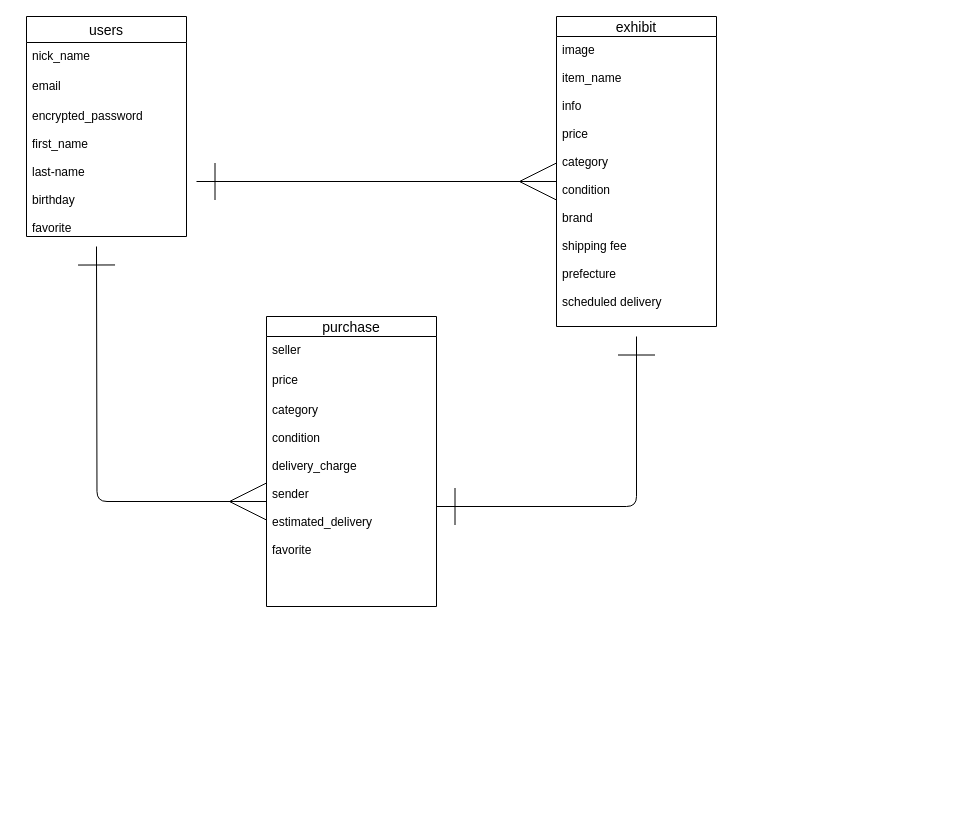
Earlier version of the draw.io diagram test.dio (shiotanishi/furima-39526). Source tidied: cells renumbered, new cells numbered last; positions are measured from the earlier drawing's top-left corner, leaving out a move shared by most shapes. Both pictures are drawn from the tidied source at 100%, with x=0, y=0 at pixel (26, 16).
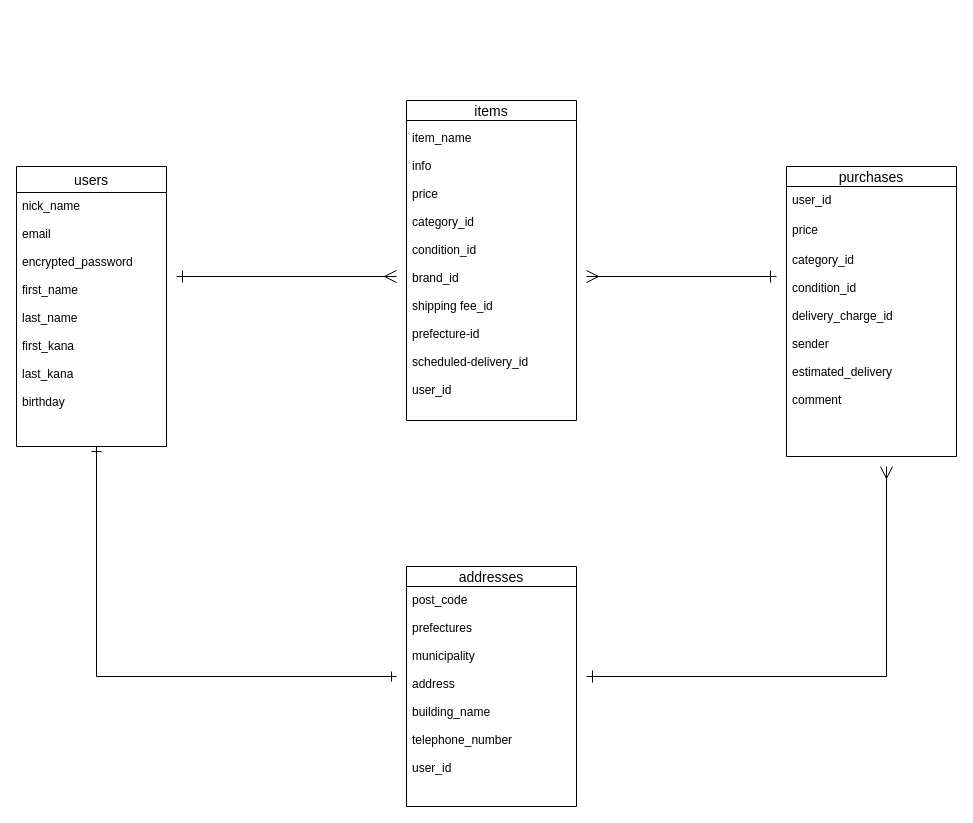
Above is the later version.

The edit, as a diff of the source:
```diff
@@
 <mxGraphModel>
   <root>
     <mxCell id="0" />
     <mxCell id="1" parent="0" />
     <mxCell id="2" value="users" style="swimlane;fontStyle=0;horizontal=1;startSize=26;align=center;fontSize=14;" parent="1" vertex="1">
-      <mxGeometry width="160" height="220" as="geometry" />
+      <mxGeometry x="-10" y="150" width="150" height="280" as="geometry" />
     </mxCell>
-    <mxCell id="3" value="nick_name" style="text;strokeColor=none;fillColor=none;spacingLeft=4;spacingRight=4;overflow=hidden;fontSize=12;" parent="2" vertex="1">
-      <mxGeometry y="26" width="160" height="30" as="geometry" />
+    <mxCell id="3" value="nick_name&#10;&#10;email&#10;&#10;encrypted_password&#10;&#10;first_name&#10;&#10;last_name&#10;&#10;first_kana&#10;&#10;last_kana&#10;&#10;birthday" style="text;strokeColor=none;fillColor=none;spacingLeft=4;spacingRight=4;overflow=hidden;fontSize=12;" parent="2" vertex="1">
+      <mxGeometry y="26" width="150" height="254" as="geometry" />
     </mxCell>
-    <mxCell id="4" value="email" style="text;strokeColor=none;fillColor=none;spacingLeft=4;spacingRight=4;overflow=hidden;fontSize=12;" parent="2" vertex="1">
-      <mxGeometry y="56" width="160" height="30" as="geometry" />
-    </mxCell>
-    <mxCell id="5" value="encrypted_password&#10;&#10;first_name&#10;&#10;last-name&#10;&#10;birthday&#10;&#10;favorite&#10;&#10;&#10;&#10;&#10;" style="text;strokeColor=none;fillColor=none;spacingLeft=4;spacingRight=4;overflow=hidden;fontSize=12;" parent="2" vertex="1">
-      <mxGeometry y="86" width="160" height="134" as="geometry" />
-    </mxCell>
-    <mxCell id="6" value="exhibit" style="swimlane;fontStyle=0;horizontal=1;startSize=20;align=center;fontSize=14;" parent="1" vertex="1">
-      <mxGeometry x="530" width="160" height="310" as="geometry" />
+    <mxCell id="6" value="items" style="swimlane;fontStyle=0;horizontal=1;startSize=20;align=center;fontSize=14;" parent="1" vertex="1">
+      <mxGeometry x="380" y="84" width="170" height="320" as="geometry" />
     </mxCell>
-    <mxCell id="7" value="image&#10;&#10;item_name&#10;&#10;info&#10;&#10;price&#10;&#10;category&#10;&#10;condition&#10;&#10;brand&#10;&#10;shipping fee&#10;&#10;prefecture&#10;&#10;scheduled delivery" style="text;strokeColor=none;fillColor=none;spacingLeft=4;spacingRight=4;overflow=hidden;points=[[0,0.5],[1,0.5]];portConstraint=eastwest;fontSize=12;" parent="6" vertex="1">
-      <mxGeometry y="20" width="160" height="290" as="geometry" />
-    </mxCell>
-    <mxCell id="8" value="purchase" style="swimlane;fontStyle=0;horizontal=1;startSize=20;align=center;fontSize=14;" parent="1" vertex="1">
-      <mxGeometry x="240" y="300" width="170" height="290" as="geometry" />
+    <mxCell id="8" value="purchases" style="swimlane;fontStyle=0;horizontal=1;startSize=20;align=center;fontSize=14;" parent="1" vertex="1">
+      <mxGeometry x="760" y="150" width="170" height="290" as="geometry" />
     </mxCell>
-    <mxCell id="9" value="seller" style="text;strokeColor=none;fillColor=none;spacingLeft=4;spacingRight=4;overflow=hidden;fontSize=12;" parent="8" vertex="1">
+    <mxCell id="9" value="user_id" style="text;strokeColor=none;fillColor=none;spacingLeft=4;spacingRight=4;overflow=hidden;fontSize=12;" parent="8" vertex="1">
       <mxGeometry y="20" width="170" height="30" as="geometry" />
     </mxCell>
     <mxCell id="10" value="price" style="text;strokeColor=none;fillColor=none;spacingLeft=4;spacingRight=4;overflow=hidden;fontSize=12;" parent="8" vertex="1">
       <mxGeometry y="50" width="170" height="30" as="geometry" />
     </mxCell>
-    <mxCell id="11" value="category&#10;&#10;condition&#10;&#10;delivery_charge&#10;&#10;sender&#10;&#10;estimated_delivery&#10;&#10;favorite" style="text;strokeColor=none;fillColor=none;spacingLeft=4;spacingRight=4;overflow=hidden;points=[[0,0.5],[1,0.5]];portConstraint=eastwest;fontSize=12;" parent="8" vertex="1">
+    <mxCell id="11" value="category_id&#10;&#10;condition_id&#10;&#10;delivery_charge_id&#10;&#10;sender&#10;&#10;estimated_delivery&#10;&#10;comment" style="text;strokeColor=none;fillColor=none;spacingLeft=4;spacingRight=4;overflow=hidden;points=[[0,0.5],[1,0.5]];portConstraint=eastwest;fontSize=12;" parent="8" vertex="1">
       <mxGeometry y="80" width="170" height="210" as="geometry" />
     </mxCell>
-    <mxCell id="12" style="rounded=1;html=1;endArrow=ERone;endFill=0;startArrow=ERmany;startFill=0;edgeStyle=orthogonalEdgeStyle;endSize=35;startSize=35;" parent="1" edge="1" source="11">
-      <mxGeometry relative="1" as="geometry">
-        <mxPoint x="70" y="230" as="targetPoint" />
-      </mxGeometry>
-    </mxCell>
-    <mxCell id="13" style="edgeStyle=orthogonalEdgeStyle;rounded=1;html=1;startArrow=ERone;startFill=0;endArrow=ERone;endFill=0;startSize=35;endSize=35;" parent="1" edge="1" source="11">
-      <mxGeometry relative="1" as="geometry">
-        <mxPoint x="610" y="320" as="targetPoint" />
-        <Array as="points">
-          <mxPoint x="610" y="490" />
-        </Array>
-      </mxGeometry>
-    </mxCell>
-    <mxCell id="14" style="edgeStyle=orthogonalEdgeStyle;rounded=1;html=1;exitX=0;exitY=0.5;exitDx=0;exitDy=0;startArrow=ERmany;startFill=0;endArrow=ERone;endFill=0;startSize=35;endSize=35;" parent="1" edge="1" source="7">
-      <mxGeometry relative="1" as="geometry">
-        <mxPoint x="170" y="165" as="targetPoint" />
-      </mxGeometry>
-    </mxCell>
+    <mxCell id="15" value="addresses" style="swimlane;fontStyle=0;horizontal=1;startSize=20;align=center;fontSize=14;" parent="1" vertex="1">
+      <mxGeometry x="380" y="550" width="170" height="240" as="geometry" />
+    </mxCell>
+    <mxCell id="16" value="post_code&#10;&#10;prefectures&#10;&#10;municipality&#10;&#10;address&#10;&#10;building_name&#10;&#10;telephone_number&#10;&#10;user_id" style="text;strokeColor=none;fillColor=none;spacingLeft=4;spacingRight=4;overflow=hidden;fontSize=12;" parent="15" vertex="1">
+      <mxGeometry y="20" width="170" height="220" as="geometry" />
+    </mxCell>
+    <mxCell id="17" style="endArrow=ERmany;html=1;startArrow=ERone;startFill=0;endFill=0;targetPerimeterSpacing=10;endSize=10;sourcePerimeterSpacing=10;startSize=10;" parent="1" edge="1">
+      <mxGeometry relative="1" as="geometry">
+        <mxPoint x="150" y="260" as="sourcePoint" />
+        <mxPoint x="370" y="260" as="targetPoint" />
+      </mxGeometry>
+    </mxCell>
+    <mxCell id="18" style="endArrow=ERone;html=1;startArrow=ERmany;startFill=0;endFill=0;targetPerimeterSpacing=10;endSize=10;sourcePerimeterSpacing=10;startSize=10;" parent="1" edge="1">
+      <mxGeometry relative="1" as="geometry">
+        <mxPoint x="560" y="260" as="sourcePoint" />
+        <mxPoint x="750" y="260" as="targetPoint" />
+      </mxGeometry>
+    </mxCell>
+    <mxCell id="19" style="edgeStyle=segmentEdgeStyle;endArrow=ERmany;html=1;curved=0;rounded=0;endSize=10;startSize=10;sourcePerimeterSpacing=10;targetPerimeterSpacing=10;startArrow=ERone;startFill=0;endFill=0;" parent="1" edge="1">
+      <mxGeometry relative="1" as="geometry">
+        <mxPoint x="560" y="660" as="sourcePoint" />
+        <mxPoint x="860" y="450" as="targetPoint" />
+      </mxGeometry>
+    </mxCell>
+    <mxCell id="20" style="edgeStyle=segmentEdgeStyle;endArrow=ERone;html=1;curved=0;rounded=0;endSize=8;startSize=8;sourcePerimeterSpacing=10;targetPerimeterSpacing=10;startArrow=ERone;startFill=0;endFill=0;" parent="1" edge="1">
+      <mxGeometry relative="1" as="geometry">
+        <mxPoint x="370" y="660" as="sourcePoint" />
+        <mxPoint x="70" y="430" as="targetPoint" />
+      </mxGeometry>
+    </mxCell>
+    <mxCell id="7" value="&#10;item_name&#10;&#10;info&#10;&#10;price&#10;&#10;category_id&#10;&#10;condition_id&#10;&#10;brand_id&#10;&#10;shipping fee_id&#10;&#10;prefecture-id&#10;&#10;scheduled-delivery_id&#10;&#10;user_id" style="text;strokeColor=none;fillColor=none;spacingLeft=4;spacingRight=4;overflow=hidden;points=[[0,0.5],[1,0.5]];portConstraint=eastwest;fontSize=12;" parent="1" vertex="1">
+      <mxGeometry x="380" y="94" width="170" height="300" as="geometry" />
+    </mxCell>
   </root>
 </mxGraphModel>
```
